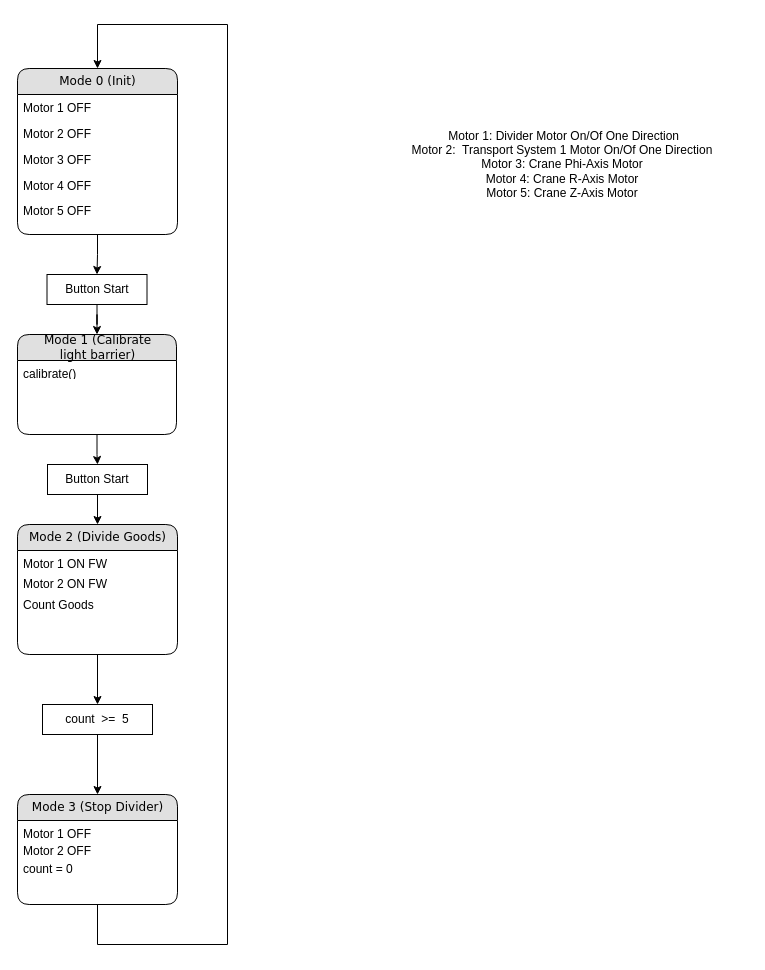
Before: Arduino/Flowchart_arduino.drawio in valnim/PMS2022, a draw.io diagram. Source tidied: cells renumbered, new cells numbered last; positions are measured from the earlier drawing's top-left corner, leaving out a move shared by most shapes. Both pictures are drawn from the tidied source at 100%, with x=0, y=0 at pixel (17, 24).
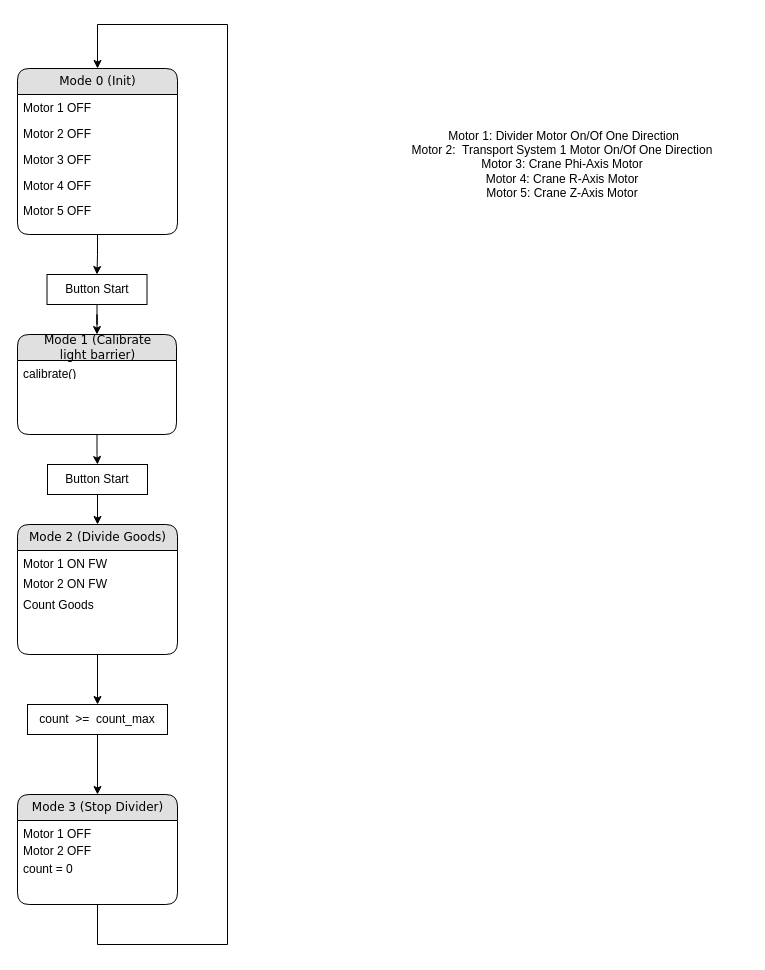
The same page after the edit.

Commit message:
Ajust Flowchart

Diff of the diagram source:
```diff
@@
-    <mxCell id="23" value="count&amp;nbsp; &amp;gt;=&amp;nbsp; 5" style="rounded=0;whiteSpace=wrap;html=1;" parent="1" vertex="1">
-      <mxGeometry x="25" y="680" width="110" height="30" as="geometry" />
+    <mxCell id="23" value="count&amp;nbsp; &amp;gt;=&amp;nbsp; count_max" style="rounded=0;whiteSpace=wrap;html=1;" parent="1" vertex="1">
+      <mxGeometry x="10" y="680" width="140" height="30" as="geometry" />
     </mxCell>
```
